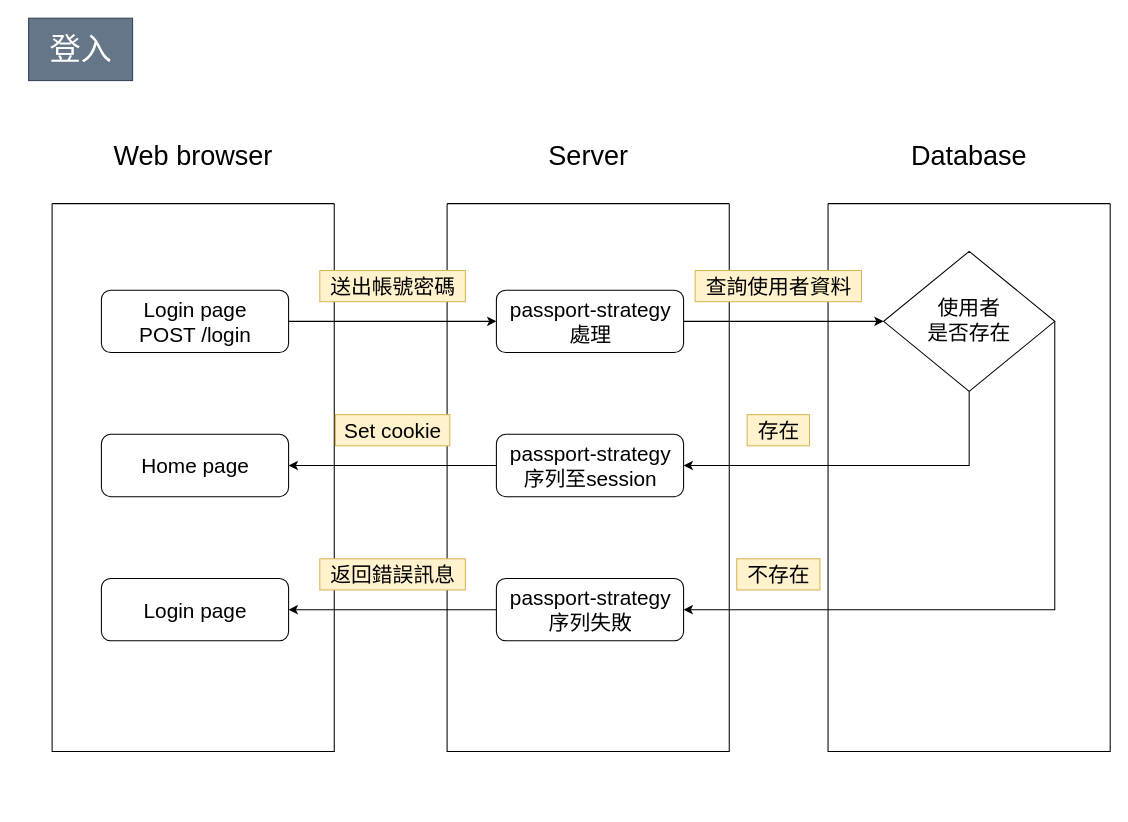
Before: login副本.drawio in z88243310/bins, a draw.io diagram. Source tidied: cells renumbered, new cells numbered last; positions are measured from the earlier drawing's top-left corner, leaving out a move shared by most shapes. Both pictures are drawn from the tidied source at 104%, with x=0, y=0 at pixel (18, 18).
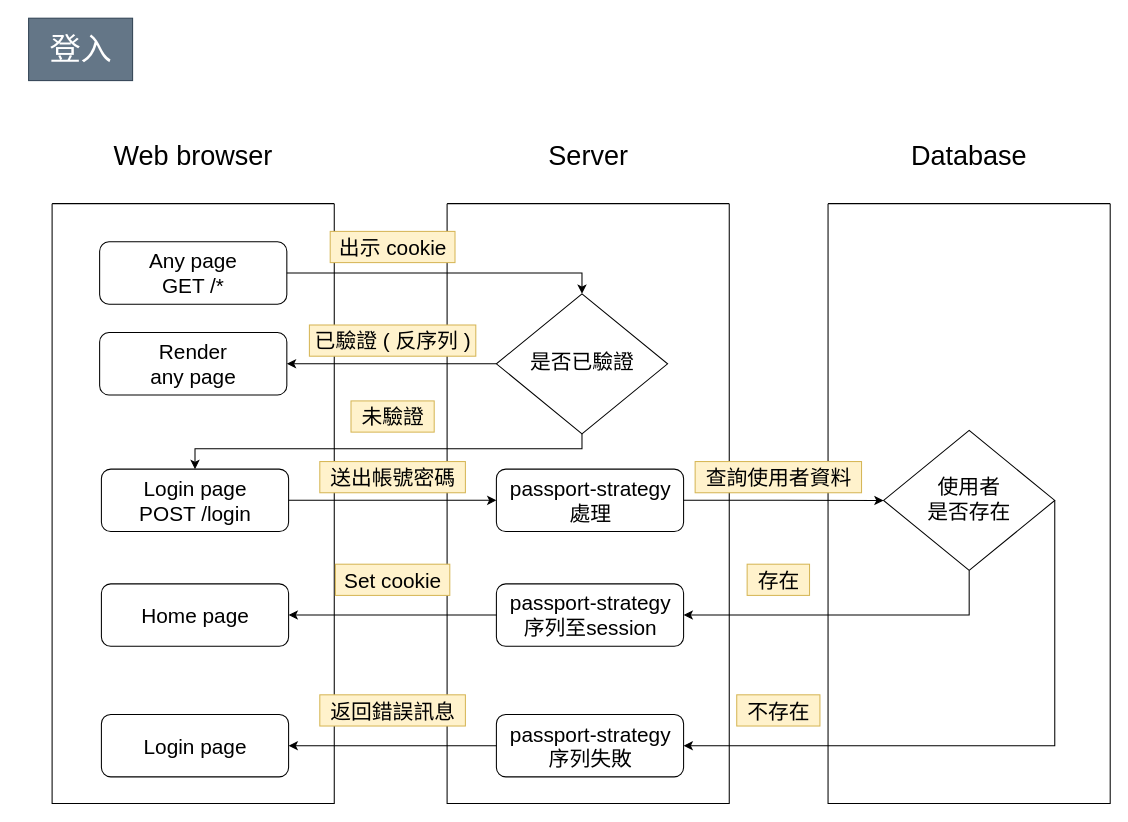
Above is the later version.

Change to the diagram source:
```diff
@@
     <mxCell id="2" style="group;fontFamily=微軟正黑體;fontSize=20;" parent="1" vertex="1">
-      <mxGeometry y="5" width="1050" height="700" as="geometry" />
+      <mxGeometry y="5" width="1050" height="750" as="geometry" />
     </mxCell>
     <mxCell id="3" style="swimlane;startSize=0;fontFamily=微軟正黑體;fontSize=20;" parent="2" vertex="1">
-      <mxGeometry x="32.6" y="173.3" width="271.3" height="526.7" as="geometry" />
+      <mxGeometry x="32.6" y="173.3" width="271.3" height="576.7" as="geometry" />
     </mxCell>
     <mxCell id="4" value="&lt;div style=&quot;font-size: 20px;&quot;&gt;Login page&lt;br style=&quot;font-size: 20px;&quot;&gt;&lt;/div&gt;&lt;div style=&quot;font-size: 20px;&quot;&gt;POST /login&lt;/div&gt;" style="rounded=1;html=1;fontSize=20;glass=0;strokeWidth=1;shadow=0;fontFamily=微軟正黑體;spacing=4;" parent="3" vertex="1">
-      <mxGeometry x="47.4" y="83.2" width="180" height="60" as="geometry" />
+      <mxGeometry x="47.4" y="255.3" width="180" height="60" as="geometry" />
     </mxCell>
     <mxCell id="5" value="Home page" style="rounded=1;html=1;fontSize=20;glass=0;strokeWidth=1;shadow=0;fontFamily=微軟正黑體;spacing=4;" parent="3" vertex="1">
-      <mxGeometry x="47.4" y="221.8" width="180" height="60" as="geometry" />
+      <mxGeometry x="47.4" y="365.6" width="180" height="60" as="geometry" />
     </mxCell>
     <mxCell id="6" value="Login page" style="rounded=1;html=1;fontSize=20;glass=0;strokeWidth=1;shadow=0;fontFamily=微軟正黑體;spacing=4;" parent="3" vertex="1">
-      <mxGeometry x="47.4" y="360.4" width="180" height="60" as="geometry" />
+      <mxGeometry x="47.4" y="491.2" width="180" height="60" as="geometry" />
     </mxCell>
+    <mxCell id="29" value="&lt;div style=&quot;font-size: 20px&quot;&gt;Render&lt;br&gt;&lt;/div&gt;&lt;div style=&quot;font-size: 20px&quot;&gt;any page&lt;br style=&quot;font-size: 20px&quot;&gt;&lt;/div&gt;" style="rounded=1;html=1;fontSize=20;glass=0;strokeWidth=1;shadow=0;fontFamily=微軟正黑體;spacing=4;" parent="3" vertex="1">
+      <mxGeometry x="45.7" y="124" width="180" height="60" as="geometry" />
+    </mxCell>
+    <mxCell id="30" value="&lt;div style=&quot;font-size: 20px&quot;&gt;Any page&lt;br style=&quot;font-size: 20px&quot;&gt;&lt;/div&gt;&lt;div style=&quot;font-size: 20px&quot;&gt;GET /*&lt;/div&gt;" style="rounded=1;html=1;fontSize=20;glass=0;strokeWidth=1;shadow=0;fontFamily=微軟正黑體;spacing=4;" parent="3" vertex="1">
+      <mxGeometry x="45.7" y="36.7" width="180" height="60" as="geometry" />
+    </mxCell>
     <mxCell id="7" style="swimlane;startSize=0;fontFamily=微軟正黑體;fontSize=20;" parent="2" vertex="1">
-      <mxGeometry x="412.4" y="173.3" width="271.3" height="526.7" as="geometry" />
+      <mxGeometry x="412.4" y="173.3" width="271.3" height="576.7" as="geometry" />
     </mxCell>
     <mxCell id="8" value="&lt;div style=&quot;font-size: 20px;&quot;&gt;passport-strategy&lt;/div&gt;&lt;div style=&quot;font-size: 20px;&quot;&gt;處理&lt;/div&gt;" style="rounded=1;html=1;fontSize=20;glass=0;strokeWidth=1;shadow=0;fontFamily=微軟正黑體;spacing=4;" parent="7" vertex="1">
-      <mxGeometry x="47.4" y="83.2" width="180" height="60" as="geometry" />
+      <mxGeometry x="47.4" y="255.3" width="180" height="60" as="geometry" />
     </mxCell>
     <mxCell id="9" value="&lt;div style=&quot;font-size: 20px;&quot;&gt;passport-strategy&lt;/div&gt;&lt;div style=&quot;font-size: 20px;&quot;&gt;序列至session&lt;br style=&quot;font-size: 20px;&quot;&gt;&lt;/div&gt;" style="rounded=1;html=1;fontSize=20;glass=0;strokeWidth=1;shadow=0;fontFamily=微軟正黑體;spacing=4;" parent="7" vertex="1">
-      <mxGeometry x="47.4" y="221.8" width="180" height="60" as="geometry" />
+      <mxGeometry x="47.4" y="365.6" width="180" height="60" as="geometry" />
     </mxCell>
     <mxCell id="10" value="&lt;div style=&quot;font-size: 20px;&quot;&gt;passport-strategy&lt;/div&gt;&lt;div style=&quot;font-size: 20px;&quot;&gt;序列失敗&lt;br style=&quot;font-size: 20px;&quot;&gt;&lt;/div&gt;" style="rounded=1;html=1;fontSize=20;glass=0;strokeWidth=1;shadow=0;fontFamily=微軟正黑體;spacing=4;" parent="7" vertex="1">
-      <mxGeometry x="47.4" y="360.4" width="180" height="60" as="geometry" />
+      <mxGeometry x="47.4" y="491.2" width="180" height="60" as="geometry" />
     </mxCell>
+    <mxCell id="31" value="是否已驗證" style="rhombus;whiteSpace=wrap;shadow=0;fontFamily=微軟正黑體;fontSize=20;align=center;strokeWidth=1;spacing=6;spacingTop=-4;html=1;" parent="7" vertex="1">
+      <mxGeometry x="47.4" y="86.7" width="164.6" height="134.6" as="geometry" />
+    </mxCell>
     <mxCell id="11" style="swimlane;startSize=0;fontFamily=微軟正黑體;fontSize=20;" parent="2" vertex="1">
-      <mxGeometry x="778.7" y="173.3" width="271.3" height="526.7" as="geometry" />
+      <mxGeometry x="778.7" y="173.3" width="271.3" height="576.7" as="geometry" />
     </mxCell>
     <mxCell id="12" value="使用者&lt;br style=&quot;font-size: 20px;&quot;&gt;是否存在" style="rhombus;whiteSpace=wrap;shadow=0;fontFamily=微軟正黑體;fontSize=20;align=center;strokeWidth=1;spacing=6;spacingTop=-4;html=1;" parent="11" vertex="1">
-      <mxGeometry x="53.4" y="45.9" width="164.6" height="134.6" as="geometry" />
+      <mxGeometry x="53.4" y="218.1" width="164.6" height="134.6" as="geometry" />
     </mxCell>
@@
     <mxCell id="14" value="送出帳號密碼" style="text;html=1;align=center;verticalAlign=middle;strokeColor=#d6b656;fillColor=#fff2cc;fontSize=20;fontFamily=微軟正黑體;" parent="2" vertex="1">
-      <mxGeometry x="290" y="237.6" width="140" height="30" as="geometry" />
+      <mxGeometry x="290" y="421.3" width="140" height="30" as="geometry" />
     </mxCell>
     <mxCell id="15" value="查詢使用者資料" style="text;html=1;align=center;verticalAlign=middle;strokeColor=#d6b656;fillColor=#fff2cc;fontSize=20;fontFamily=微軟正黑體;" parent="2" vertex="1">
-      <mxGeometry x="650.9" y="237.6" width="160" height="30" as="geometry" />
+      <mxGeometry x="650.9" y="421.3" width="160" height="30" as="geometry" />
     </mxCell>
@@
     <mxCell id="17" style="edgeStyle=orthogonalEdgeStyle;rounded=0;jettySize=auto;html=1;fontSize=20;fontFamily=微軟正黑體;exitX=0.5;exitY=1;exitDx=0;exitDy=0;entryX=1;entryY=0.5;entryDx=0;entryDy=0;" parent="2" edge="1" source="12" target="9">
       <mxGeometry relative="1" as="geometry">
         <Array as="points">
-          <mxPoint x="914" y="425" />
+          <mxPoint x="914" y="569" />
         </Array>
       </mxGeometry>
     </mxCell>
     <mxCell id="18" value="存在" style="text;html=1;align=center;verticalAlign=middle;strokeColor=#d6b656;fillColor=#fff2cc;fontSize=20;fontFamily=微軟正黑體;" parent="2" vertex="1">
-      <mxGeometry x="700.9" y="376.2" width="60" height="30" as="geometry" />
+      <mxGeometry x="700.9" y="520" width="60" height="30" as="geometry" />
     </mxCell>
@@
     <mxCell id="23" value="&lt;div&gt;Set cookie&lt;/div&gt;" style="text;html=1;align=center;verticalAlign=middle;strokeColor=#d6b656;fillColor=#fff2cc;fontSize=20;fontFamily=微軟正黑體;" parent="2" vertex="1">
-      <mxGeometry x="305" y="376.2" width="110" height="30" as="geometry" />
+      <mxGeometry x="305" y="520" width="110" height="30" as="geometry" />
     </mxCell>
     <mxCell id="24" style="edgeStyle=orthogonalEdgeStyle;rounded=0;jettySize=auto;html=1;exitX=1;exitY=0.5;exitDx=0;exitDy=0;fontSize=20;entryX=1;entryY=0.5;entryDx=0;entryDy=0;fontFamily=微軟正黑體;" parent="2" edge="1" source="12" target="10">
       <mxGeometry relative="1" as="geometry">
         <Array as="points">
-          <mxPoint x="997" y="564" />
+          <mxPoint x="997" y="694.8" />
         </Array>
       </mxGeometry>
     </mxCell>
     <mxCell id="25" value="不存在" style="text;html=1;align=center;verticalAlign=middle;strokeColor=#d6b656;fillColor=#fff2cc;fontSize=20;fontFamily=微軟正黑體;" parent="2" vertex="1">
-      <mxGeometry x="690.9" y="514.8" width="80" height="30" as="geometry" />
+      <mxGeometry x="690.9" y="645.6" width="80" height="30" as="geometry" />
     </mxCell>
@@
     <mxCell id="27" value="返回錯誤訊息" style="text;html=1;align=center;verticalAlign=middle;strokeColor=#d6b656;fillColor=#fff2cc;fontSize=20;fontFamily=微軟正黑體;" parent="2" vertex="1">
-      <mxGeometry x="290" y="514.8" width="140" height="30" as="geometry" />
+      <mxGeometry x="290" y="645.6" width="140" height="30" as="geometry" />
     </mxCell>
@@
+    <mxCell id="32" value="已驗證 ( 反序列 )" style="text;html=1;align=center;verticalAlign=middle;strokeColor=#d6b656;fillColor=#fff2cc;fontSize=20;fontFamily=微軟正黑體;" parent="2" vertex="1">
+      <mxGeometry x="280" y="290" width="160" height="30" as="geometry" />
+    </mxCell>
+    <mxCell id="33" value="未驗證" style="text;html=1;align=center;verticalAlign=middle;strokeColor=#d6b656;fillColor=#fff2cc;fontSize=20;fontFamily=微軟正黑體;" parent="2" vertex="1">
+      <mxGeometry x="320" y="363" width="80" height="30" as="geometry" />
+    </mxCell>
+    <mxCell id="34" value="出示 cookie" style="text;html=1;align=center;verticalAlign=middle;strokeColor=#d6b656;fillColor=#fff2cc;fontSize=20;fontFamily=微軟正黑體;" parent="2" vertex="1">
+      <mxGeometry x="300" y="200" width="120" height="30" as="geometry" />
+    </mxCell>
+    <mxCell id="35" style="edgeStyle=orthogonalEdgeStyle;rounded=0;jettySize=auto;html=1;entryX=0.5;entryY=0;entryDx=0;entryDy=0;exitX=1;exitY=0.5;exitDx=0;exitDy=0;fontSize=20;fontFamily=微軟正黑體;" parent="2" edge="1" source="30" target="31">
+      <mxGeometry relative="1" as="geometry">
+        <Array as="points">
+          <mxPoint x="542" y="240" />
+        </Array>
+      </mxGeometry>
+    </mxCell>
+    <mxCell id="36" style="edgeStyle=orthogonalEdgeStyle;rounded=0;jettySize=auto;html=1;entryX=1;entryY=0.5;entryDx=0;entryDy=0;fontFamily=微軟正黑體;" parent="2" edge="1" source="31" target="29">
+      <mxGeometry relative="1" as="geometry" />
+    </mxCell>
+    <mxCell id="37" style="edgeStyle=orthogonalEdgeStyle;rounded=0;jettySize=auto;html=1;entryX=0.5;entryY=0;entryDx=0;entryDy=0;fontFamily=微軟正黑體;exitX=0.5;exitY=1;exitDx=0;exitDy=0;" parent="2" edge="1" source="31" target="4">
+      <mxGeometry relative="1" as="geometry">
+        <Array as="points">
+          <mxPoint x="542" y="409" />
+          <mxPoint x="170" y="409" />
+        </Array>
+      </mxGeometry>
+    </mxCell>
```
